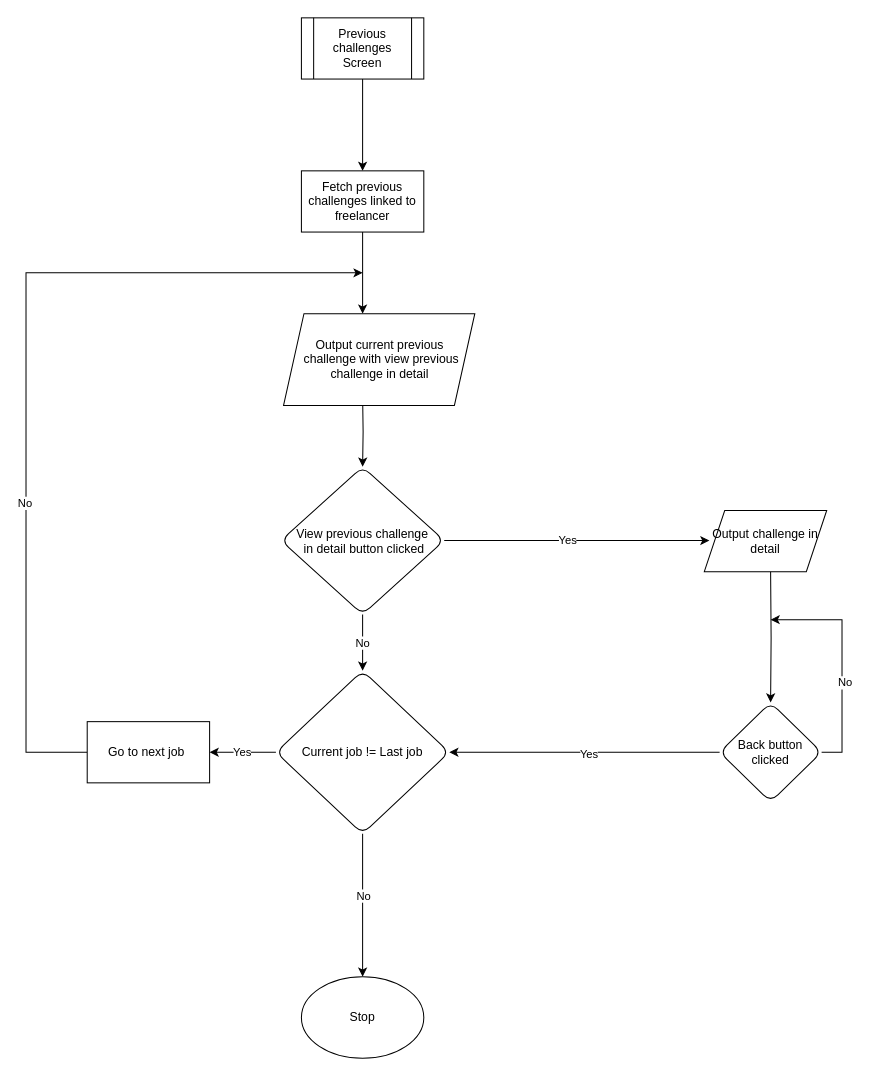
Before: PreviousChallengesIn.drawio in trndnd/ALevelTkinterWork, a draw.io diagram. Source tidied: cells renumbered, new cells numbered last; positions are measured from the earlier drawing's top-left corner, leaving out a move shared by most shapes. Both pictures are drawn from the tidied source at 102%, with x=0, y=0 at pixel (26, 17).
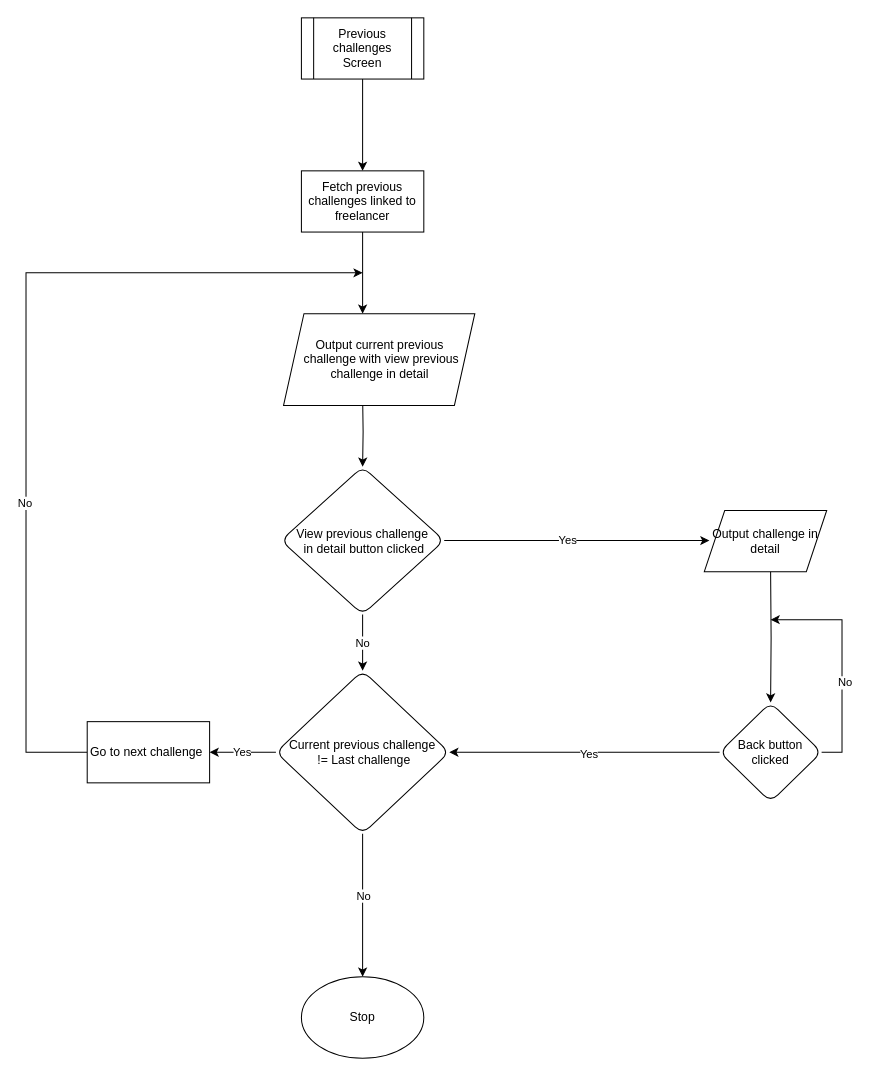
The same page after the edit.

Diff of the diagram source:
```diff
@@
-    <mxCell id="14" value="Go to next job&amp;nbsp;" style="rounded=0;whiteSpace=wrap;html=1;" parent="1" vertex="1">
+    <mxCell id="14" value="Go to next challenge&amp;nbsp;" style="rounded=0;whiteSpace=wrap;html=1;" parent="1" vertex="1">
       <mxGeometry x="60" y="690" width="120" height="60" as="geometry" />
     </mxCell>
@@
-    <mxCell id="18" value="Current job != Last job" style="rhombus;whiteSpace=wrap;html=1;rounded=1;" parent="1" vertex="1">
+    <mxCell id="18" value="Current previous challenge&lt;br&gt;&amp;nbsp;!= Last challenge" style="rhombus;whiteSpace=wrap;html=1;rounded=1;" parent="1" vertex="1">
       <mxGeometry x="245" y="640" width="170" height="160" as="geometry" />
     </mxCell>
```
